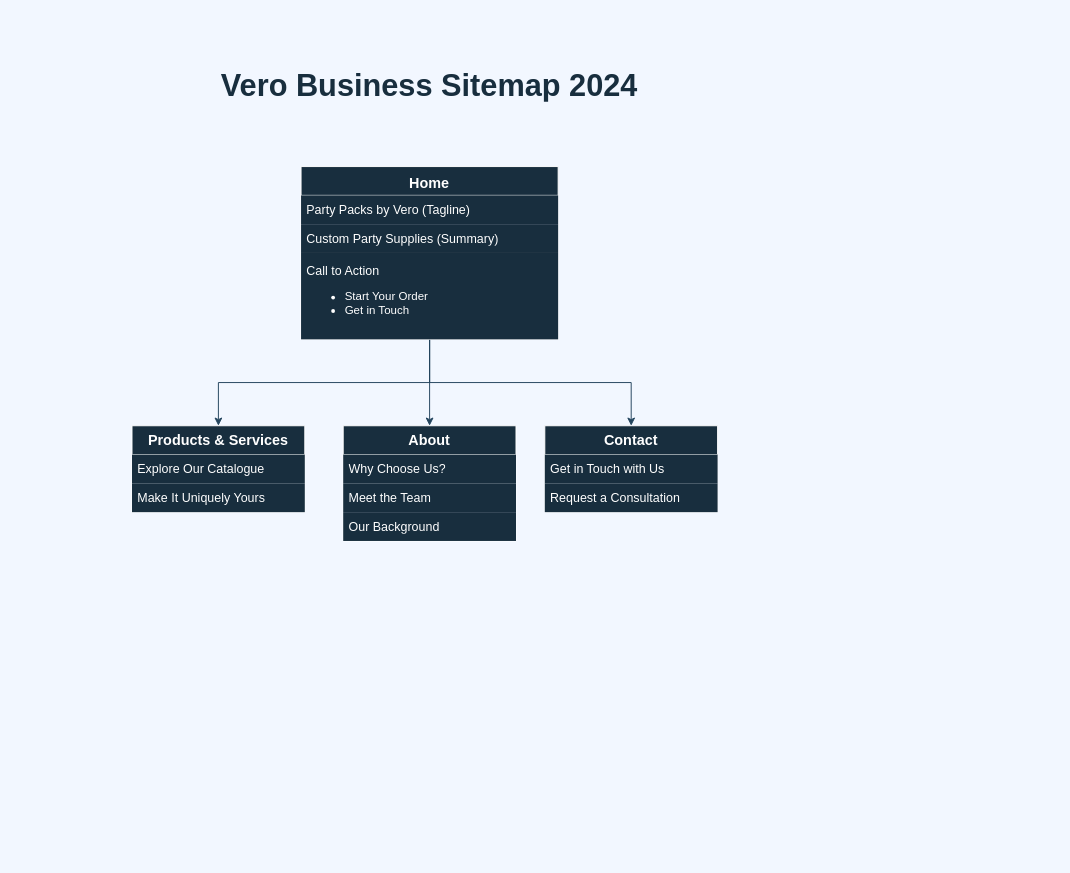
cskhomo/vero-ecommerce keeps this draw.io diagram as Vero Business Sitemap.drawio. Above is the earlier version. Source tidied: cells renumbered, new cells numbered last; positions are measured from the earlier drawing's top-left corner, leaving out a move shared by most shapes. Both pictures are drawn from the tidied source at 96%, with x=0, y=0 at pixel (132, 64).
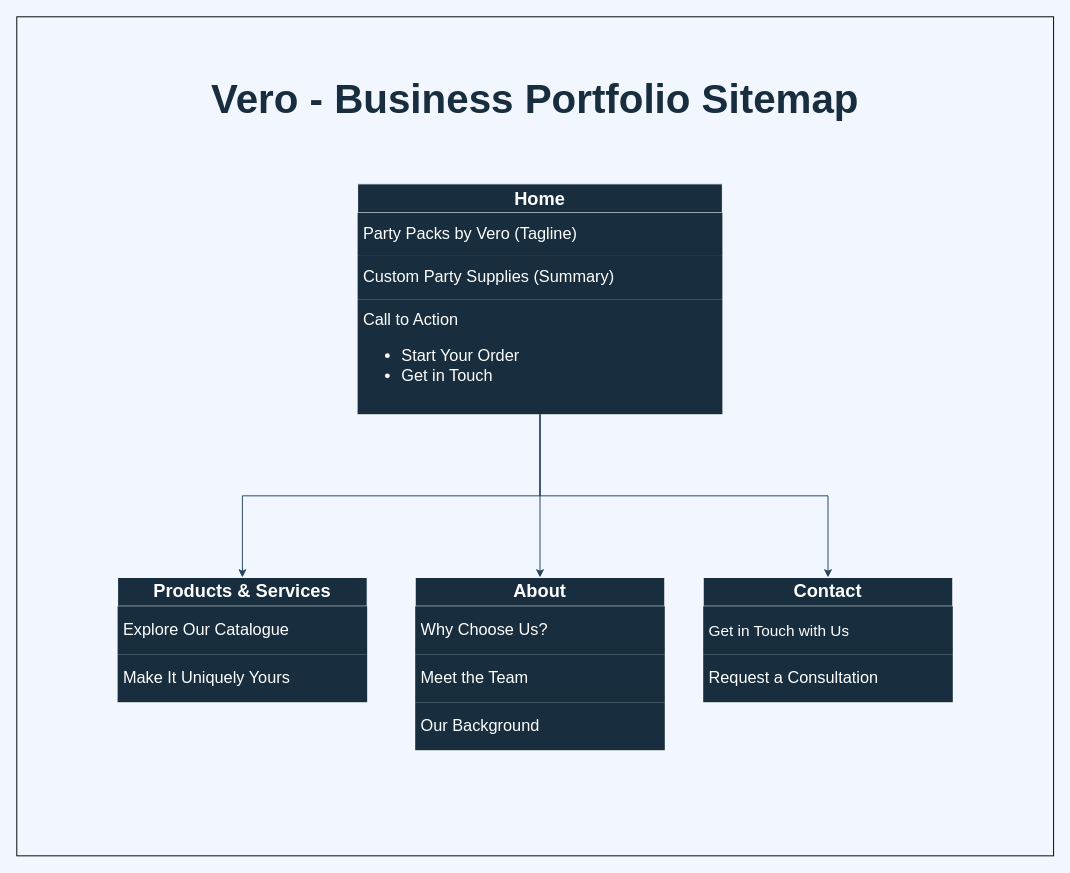
After the change.

Commit message:
Resize sitemap elements for exporting

The edit, as a diff of the source:
```diff
@@
+    <mxCell id="20" style="rounded=0;whiteSpace=wrap;html=1;fillColor=#F2F7FF;" parent="1" vertex="1">
+      <mxGeometry x="-120" y="-50" width="1080" height="874" as="geometry" />
+    </mxCell>
-    <mxCell id="2" value="&lt;h1 style=&quot;margin-top: 0px;&quot;&gt;&lt;span&gt;&lt;font color=&quot;#182e3e&quot; style=&quot;font-size: 32px;&quot;&gt;Vero Business Sitemap 2024&lt;/font&gt;&lt;/span&gt;&lt;/h1&gt;" style="text;html=1;whiteSpace=wrap;overflow=hidden;rounded=0;labelBackgroundColor=none;fontColor=#FFFFFF;fillColor=none;strokeColor=none;strokeWidth=0;align=center;fontStyle=0;verticalAlign=middle;" parent="1" vertex="1">
-      <mxGeometry x="89" width="442" height="40" as="geometry" />
+    <mxCell id="2" value="&lt;h1 style=&quot;margin-top: 0px;&quot;&gt;&lt;span&gt;&lt;font color=&quot;#182e3e&quot; style=&quot;font-size: 42px;&quot;&gt;Vero - Business Portfolio Sitemap&lt;/font&gt;&lt;/span&gt;&lt;/h1&gt;" style="text;html=1;whiteSpace=wrap;overflow=hidden;rounded=0;labelBackgroundColor=none;fontColor=#FFFFFF;fillColor=none;strokeColor=none;strokeWidth=0;align=center;fontStyle=0;verticalAlign=middle;" parent="1" vertex="1">
+      <mxGeometry x="60" y="-10" width="720" height="110" as="geometry" />
     </mxCell>
-    <mxCell id="3" style="edgeStyle=orthogonalEdgeStyle;jettySize=auto;html=1;rounded=0;labelBackgroundColor=none;strokeColor=#23445D;fontColor=default;" parent="1" edge="1" source="6" target="13">
-      <mxGeometry relative="1" as="geometry" />
-    </mxCell>
-    <mxCell id="4" style="edgeStyle=orthogonalEdgeStyle;jettySize=auto;html=1;entryX=0.5;entryY=0;entryDx=0;entryDy=0;rounded=0;labelBackgroundColor=none;strokeColor=#23445D;fontColor=default;" parent="1" edge="1" source="6" target="10">
-      <mxGeometry relative="1" as="geometry" />
-    </mxCell>
-    <mxCell id="5" style="edgeStyle=orthogonalEdgeStyle;jettySize=auto;html=1;entryX=0.5;entryY=0;entryDx=0;entryDy=0;rounded=0;labelBackgroundColor=none;strokeColor=#23445D;fontColor=default;" parent="1" edge="1" source="6" target="17">
-      <mxGeometry relative="1" as="geometry" />
-    </mxCell>
-    <mxCell id="6" value="&lt;h1&gt;&lt;font style=&quot;font-size: 15px;&quot;&gt;Home&lt;/font&gt;&lt;/h1&gt;" style="swimlane;fontStyle=0;horizontal=1;startSize=30;whiteSpace=wrap;html=1;verticalAlign=middle;rounded=0;labelBackgroundColor=none;fillColor=#182E3E;strokeColor=#FFFFFF;fontColor=#FFFFFF;" parent="1" vertex="1">
-      <mxGeometry x="176.1" y="106" width="267.8" height="180" as="geometry" />
+    <mxCell id="6" value="&lt;h1&gt;&lt;font style=&quot;font-size: 19px;&quot;&gt;Home&lt;/font&gt;&lt;/h1&gt;" style="swimlane;fontStyle=0;horizontal=1;startSize=30;whiteSpace=wrap;html=1;verticalAlign=middle;rounded=0;labelBackgroundColor=none;fillColor=#182E3E;strokeColor=#FFFFFF;fontColor=#FFFFFF;" parent="1" vertex="1">
+      <mxGeometry x="235" y="124" width="380" height="240" as="geometry" />
     </mxCell>
-    <mxCell id="7" value="&lt;font style=&quot;font-size: 13px;&quot;&gt;Party Packs by Vero (Tagline)&lt;/font&gt;" style="text;strokeColor=none;fillColor=#182E3E;align=left;verticalAlign=middle;spacingLeft=4;spacingRight=4;overflow=hidden;whiteSpace=wrap;html=1;rounded=0;labelBackgroundColor=none;fontColor=#FFFFFF;" parent="6" vertex="1">
-      <mxGeometry y="30" width="267.8" height="30" as="geometry" />
+    <mxCell id="7" value="&lt;font style=&quot;font-size: 17px;&quot;&gt;Party Packs by Vero (Tagline)&lt;/font&gt;" style="text;strokeColor=none;fillColor=#182E3E;align=left;verticalAlign=middle;spacingLeft=4;spacingRight=4;overflow=hidden;whiteSpace=wrap;html=1;rounded=0;labelBackgroundColor=none;fontColor=#FFFFFF;" parent="6" vertex="1">
+      <mxGeometry y="30" width="380" height="45.1" as="geometry" />
     </mxCell>
-    <mxCell id="8" value="&lt;span style=&quot;font-size: 13px;&quot;&gt;Custom Party Supplies (Summary)&lt;/span&gt;" style="text;strokeColor=none;fillColor=#182E3E;align=left;verticalAlign=middle;spacingLeft=4;spacingRight=4;overflow=hidden;whiteSpace=wrap;html=1;rounded=0;labelBackgroundColor=none;fontColor=#FFFFFF;" parent="6" vertex="1">
-      <mxGeometry y="60" width="267.8" height="30" as="geometry" />
+    <mxCell id="8" value="&lt;font style=&quot;font-size: 17px;&quot;&gt;Custom Party Supplies (Summary)&lt;/font&gt;" style="text;strokeColor=none;fillColor=#182E3E;align=left;verticalAlign=middle;spacingLeft=4;spacingRight=4;overflow=hidden;whiteSpace=wrap;html=1;rounded=0;labelBackgroundColor=none;fontColor=#FFFFFF;" parent="6" vertex="1">
+      <mxGeometry y="75.1" width="380" height="45.1" as="geometry" />
     </mxCell>
-    <mxCell id="9" value="&lt;span style=&quot;font-size: 13px;&quot;&gt;Call to Action&lt;/span&gt;&lt;div&gt;&lt;ul&gt;&lt;li&gt;Start Your Order&lt;br&gt;&lt;/li&gt;&lt;li&gt;Get in Touch&lt;/li&gt;&lt;/ul&gt;&lt;/div&gt;" style="text;strokeColor=none;fillColor=#182E3E;align=left;verticalAlign=middle;spacingLeft=4;spacingRight=4;overflow=hidden;whiteSpace=wrap;html=1;rounded=0;labelBackgroundColor=none;fontColor=#FFFFFF;" parent="6" vertex="1">
-      <mxGeometry y="90" width="267.8" height="90" as="geometry" />
+    <mxCell id="9" value="&lt;font style=&quot;font-size: 17px;&quot;&gt;Call to Action&lt;/font&gt;&lt;div style=&quot;font-size: 17px;&quot;&gt;&lt;ul style=&quot;&quot;&gt;&lt;li style=&quot;&quot;&gt;&lt;font style=&quot;font-size: 17px;&quot;&gt;Start Your Order&lt;br&gt;&lt;/font&gt;&lt;/li&gt;&lt;li style=&quot;&quot;&gt;&lt;font style=&quot;font-size: 17px;&quot;&gt;Get in Touch&lt;/font&gt;&lt;/li&gt;&lt;/ul&gt;&lt;/div&gt;" style="text;strokeColor=none;fillColor=#182E3E;align=left;verticalAlign=middle;spacingLeft=4;spacingRight=4;overflow=hidden;whiteSpace=wrap;html=1;rounded=0;labelBackgroundColor=none;fontColor=#FFFFFF;" parent="6" vertex="1">
+      <mxGeometry y="120.2" width="380" height="119.8" as="geometry" />
     </mxCell>
-    <mxCell id="10" value="&lt;font style=&quot;font-size: 15px;&quot;&gt;&lt;b&gt;Products &amp;amp; Services&lt;/b&gt;&lt;/font&gt;" style="swimlane;fontStyle=0;horizontal=1;startSize=30;whiteSpace=wrap;html=1;rounded=0;labelBackgroundColor=none;fillColor=#182E3E;strokeColor=#FFFFFF;fontColor=#FFFFFF;" parent="1" vertex="1">
-      <mxGeometry y="376" width="180" height="90" as="geometry" />
+    <mxCell id="10" value="&lt;font size=&quot;1&quot; style=&quot;&quot;&gt;&lt;b style=&quot;font-size: 19px;&quot;&gt;Products &amp;amp; Services&lt;/b&gt;&lt;/font&gt;" style="swimlane;fontStyle=0;horizontal=1;startSize=30;whiteSpace=wrap;html=1;rounded=0;labelBackgroundColor=none;fillColor=#182E3E;strokeColor=#FFFFFF;fontColor=#FFFFFF;" parent="1" vertex="1">
+      <mxGeometry x="-15" y="534" width="260" height="130" as="geometry" />
     </mxCell>
-    <mxCell id="11" value="&lt;font style=&quot;font-size: 13px;&quot;&gt;Explore Our Catalogue&lt;/font&gt;" style="text;strokeColor=none;fillColor=#182E3E;align=left;verticalAlign=middle;spacingLeft=4;spacingRight=4;overflow=hidden;whiteSpace=wrap;html=1;rounded=0;labelBackgroundColor=none;fontColor=#FFFFFF;" parent="10" vertex="1">
-      <mxGeometry y="30" width="180" height="30" as="geometry" />
+    <mxCell id="11" value="&lt;font style=&quot;font-size: 17px;&quot;&gt;Explore Our Catalogue&lt;/font&gt;" style="text;strokeColor=none;fillColor=#182E3E;align=left;verticalAlign=middle;spacingLeft=4;spacingRight=4;overflow=hidden;whiteSpace=wrap;html=1;rounded=0;labelBackgroundColor=none;fontColor=#FFFFFF;" parent="10" vertex="1">
+      <mxGeometry y="30" width="260" height="50" as="geometry" />
     </mxCell>
-    <mxCell id="12" value="&lt;font style=&quot;font-size: 13px;&quot;&gt;Make It Uniquely Yours&lt;/font&gt;" style="text;strokeColor=none;fillColor=#182E3E;align=left;verticalAlign=middle;spacingLeft=4;spacingRight=4;overflow=hidden;whiteSpace=wrap;html=1;rounded=0;labelBackgroundColor=none;fontColor=#FFFFFF;" parent="10" vertex="1">
-      <mxGeometry y="60" width="180" height="30" as="geometry" />
+    <mxCell id="12" value="&lt;font style=&quot;font-size: 17px;&quot;&gt;Make It Uniquely Yours&lt;/font&gt;" style="text;strokeColor=none;fillColor=#182E3E;align=left;verticalAlign=middle;spacingLeft=4;spacingRight=4;overflow=hidden;whiteSpace=wrap;html=1;rounded=0;labelBackgroundColor=none;fontColor=#FFFFFF;" parent="10" vertex="1">
+      <mxGeometry y="80" width="260" height="50" as="geometry" />
     </mxCell>
-    <mxCell id="13" value="&lt;font style=&quot;font-size: 15px;&quot;&gt;&lt;b&gt;About&lt;/b&gt;&lt;/font&gt;" style="swimlane;fontStyle=0;horizontal=1;startSize=30;whiteSpace=wrap;html=1;rounded=0;labelBackgroundColor=none;fillColor=#182E3E;strokeColor=#FFFFFF;fontColor=#FFFFFF;" parent="1" vertex="1">
-      <mxGeometry x="220" y="376" width="180" height="120" as="geometry" />
+    <mxCell id="13" value="&lt;font size=&quot;1&quot; style=&quot;&quot;&gt;&lt;b style=&quot;font-size: 19px;&quot;&gt;About&lt;/b&gt;&lt;/font&gt;" style="swimlane;fontStyle=0;horizontal=1;startSize=30;whiteSpace=wrap;html=1;rounded=0;labelBackgroundColor=none;fillColor=#182E3E;strokeColor=#FFFFFF;fontColor=#FFFFFF;" parent="1" vertex="1">
+      <mxGeometry x="295" y="534" width="260" height="180" as="geometry" />
     </mxCell>
-    <mxCell id="14" value="&lt;font style=&quot;font-size: 13px;&quot;&gt;Why Choose Us?&lt;/font&gt;" style="text;strokeColor=none;fillColor=#182E3E;align=left;verticalAlign=middle;spacingLeft=4;spacingRight=4;overflow=hidden;whiteSpace=wrap;html=1;rounded=0;labelBackgroundColor=none;fontColor=#FFFFFF;" parent="13" vertex="1">
-      <mxGeometry y="30" width="180" height="30" as="geometry" />
+    <mxCell id="14" value="&lt;font style=&quot;font-size: 17px;&quot;&gt;Why Choose Us?&lt;/font&gt;" style="text;strokeColor=none;fillColor=#182E3E;align=left;verticalAlign=middle;spacingLeft=4;spacingRight=4;overflow=hidden;whiteSpace=wrap;html=1;rounded=0;labelBackgroundColor=none;fontColor=#FFFFFF;" parent="13" vertex="1">
+      <mxGeometry y="30" width="260" height="50" as="geometry" />
     </mxCell>
-    <mxCell id="15" value="&lt;font style=&quot;font-size: 13px;&quot;&gt;Meet the Team&lt;/font&gt;" style="text;strokeColor=none;fillColor=#182E3E;align=left;verticalAlign=middle;spacingLeft=4;spacingRight=4;overflow=hidden;whiteSpace=wrap;html=1;rounded=0;labelBackgroundColor=none;fontColor=#FFFFFF;" parent="13" vertex="1">
-      <mxGeometry y="60" width="180" height="30" as="geometry" />
+    <mxCell id="15" value="&lt;font style=&quot;font-size: 17px;&quot;&gt;Meet the Team&lt;/font&gt;" style="text;strokeColor=none;fillColor=#182E3E;align=left;verticalAlign=middle;spacingLeft=4;spacingRight=4;overflow=hidden;whiteSpace=wrap;html=1;rounded=0;labelBackgroundColor=none;fontColor=#FFFFFF;" parent="13" vertex="1">
+      <mxGeometry y="80" width="260" height="50" as="geometry" />
     </mxCell>
-    <mxCell id="16" value="&lt;font style=&quot;font-size: 13px;&quot;&gt;Our Background&lt;/font&gt;" style="text;strokeColor=none;fillColor=#182E3E;align=left;verticalAlign=middle;spacingLeft=4;spacingRight=4;overflow=hidden;whiteSpace=wrap;html=1;rounded=0;labelBackgroundColor=none;fontColor=#FFFFFF;" parent="13" vertex="1">
-      <mxGeometry y="90" width="180" height="30" as="geometry" />
+    <mxCell id="16" value="&lt;font style=&quot;font-size: 17px;&quot;&gt;Our Background&lt;/font&gt;" style="text;strokeColor=none;fillColor=#182E3E;align=left;verticalAlign=middle;spacingLeft=4;spacingRight=4;overflow=hidden;whiteSpace=wrap;html=1;rounded=0;labelBackgroundColor=none;fontColor=#FFFFFF;" parent="13" vertex="1">
+      <mxGeometry y="130" width="260" height="50" as="geometry" />
     </mxCell>
-    <mxCell id="17" value="&lt;font style=&quot;font-size: 15px;&quot;&gt;&lt;b&gt;Contact&lt;/b&gt;&lt;/font&gt;" style="swimlane;fontStyle=0;horizontal=1;startSize=30;whiteSpace=wrap;html=1;rounded=0;labelBackgroundColor=none;fillColor=#182E3E;strokeColor=#FFFFFF;fontColor=#FFFFFF;" parent="1" vertex="1">
-      <mxGeometry x="430" y="376" width="180" height="90" as="geometry" />
+    <mxCell id="17" value="&lt;font size=&quot;1&quot; style=&quot;&quot;&gt;&lt;b style=&quot;font-size: 19px;&quot;&gt;Contact&lt;/b&gt;&lt;/font&gt;" style="swimlane;fontStyle=0;horizontal=1;startSize=30;whiteSpace=wrap;html=1;rounded=0;labelBackgroundColor=none;fillColor=#182E3E;strokeColor=#FFFFFF;fontColor=#FFFFFF;" parent="1" vertex="1">
+      <mxGeometry x="595" y="534" width="260" height="130" as="geometry" />
     </mxCell>
-    <mxCell id="18" value="&lt;font style=&quot;font-size: 13px;&quot;&gt;Get in Touch with Us&lt;/font&gt;" style="text;strokeColor=none;fillColor=#182E3E;align=left;verticalAlign=middle;spacingLeft=4;spacingRight=4;overflow=hidden;whiteSpace=wrap;html=1;rounded=0;labelBackgroundColor=none;fontColor=#FFFFFF;" parent="17" vertex="1">
-      <mxGeometry y="30" width="180" height="30" as="geometry" />
+    <mxCell id="18" value="&lt;font style=&quot;font-size: 16px;&quot;&gt;Get in Touch with Us&lt;/font&gt;" style="text;strokeColor=none;fillColor=#182E3E;align=left;verticalAlign=middle;spacingLeft=4;spacingRight=4;overflow=hidden;whiteSpace=wrap;html=1;rounded=0;labelBackgroundColor=none;fontColor=#FFFFFF;" parent="17" vertex="1">
+      <mxGeometry y="30" width="260" height="50" as="geometry" />
     </mxCell>
-    <mxCell id="19" value="&lt;font style=&quot;font-size: 13px;&quot;&gt;Request a Consultation&lt;/font&gt;" style="text;strokeColor=none;fillColor=#182E3E;align=left;verticalAlign=middle;spacingLeft=4;spacingRight=4;overflow=hidden;whiteSpace=wrap;html=1;rounded=0;labelBackgroundColor=none;fontColor=#FFFFFF;" parent="17" vertex="1">
-      <mxGeometry y="60" width="180" height="30" as="geometry" />
+    <mxCell id="19" value="&lt;font style=&quot;font-size: 17px;&quot;&gt;Request a Consultation&lt;/font&gt;" style="text;strokeColor=none;fillColor=#182E3E;align=left;verticalAlign=middle;spacingLeft=4;spacingRight=4;overflow=hidden;whiteSpace=wrap;html=1;rounded=0;labelBackgroundColor=none;fontColor=#FFFFFF;" parent="17" vertex="1">
+      <mxGeometry y="80" width="260" height="50" as="geometry" />
     </mxCell>
+    <mxCell id="4" style="edgeStyle=orthogonalEdgeStyle;jettySize=auto;html=1;entryX=0.5;entryY=0;entryDx=0;entryDy=0;rounded=0;labelBackgroundColor=none;strokeColor=#23445D;fontColor=default;" parent="1" edge="1" source="6" target="10">
+      <mxGeometry relative="1" as="geometry" />
+    </mxCell>
+    <mxCell id="3" style="edgeStyle=orthogonalEdgeStyle;jettySize=auto;html=1;rounded=0;labelBackgroundColor=none;strokeColor=#23445D;fontColor=default;" parent="1" edge="1" source="6" target="13">
+      <mxGeometry relative="1" as="geometry" />
+    </mxCell>
+    <mxCell id="5" style="edgeStyle=orthogonalEdgeStyle;jettySize=auto;html=1;entryX=0.5;entryY=0;entryDx=0;entryDy=0;rounded=0;labelBackgroundColor=none;strokeColor=#23445D;fontColor=default;" parent="1" edge="1" source="6" target="17">
+      <mxGeometry relative="1" as="geometry" />
+    </mxCell>
```
